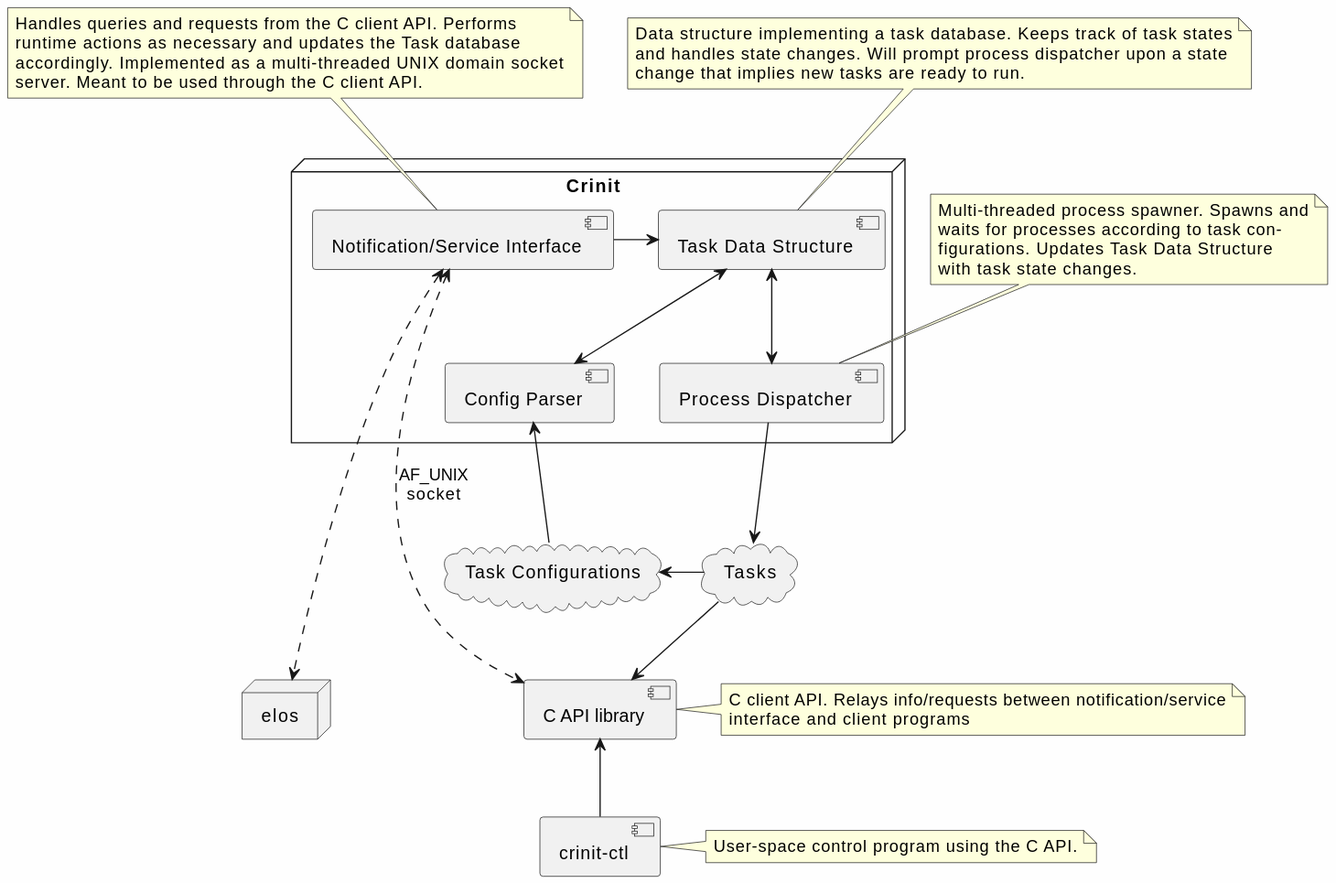
This is images/rootfs_init_comp.svg from Elektrobit/crinit, a PlantUML export, as it was before one commit.
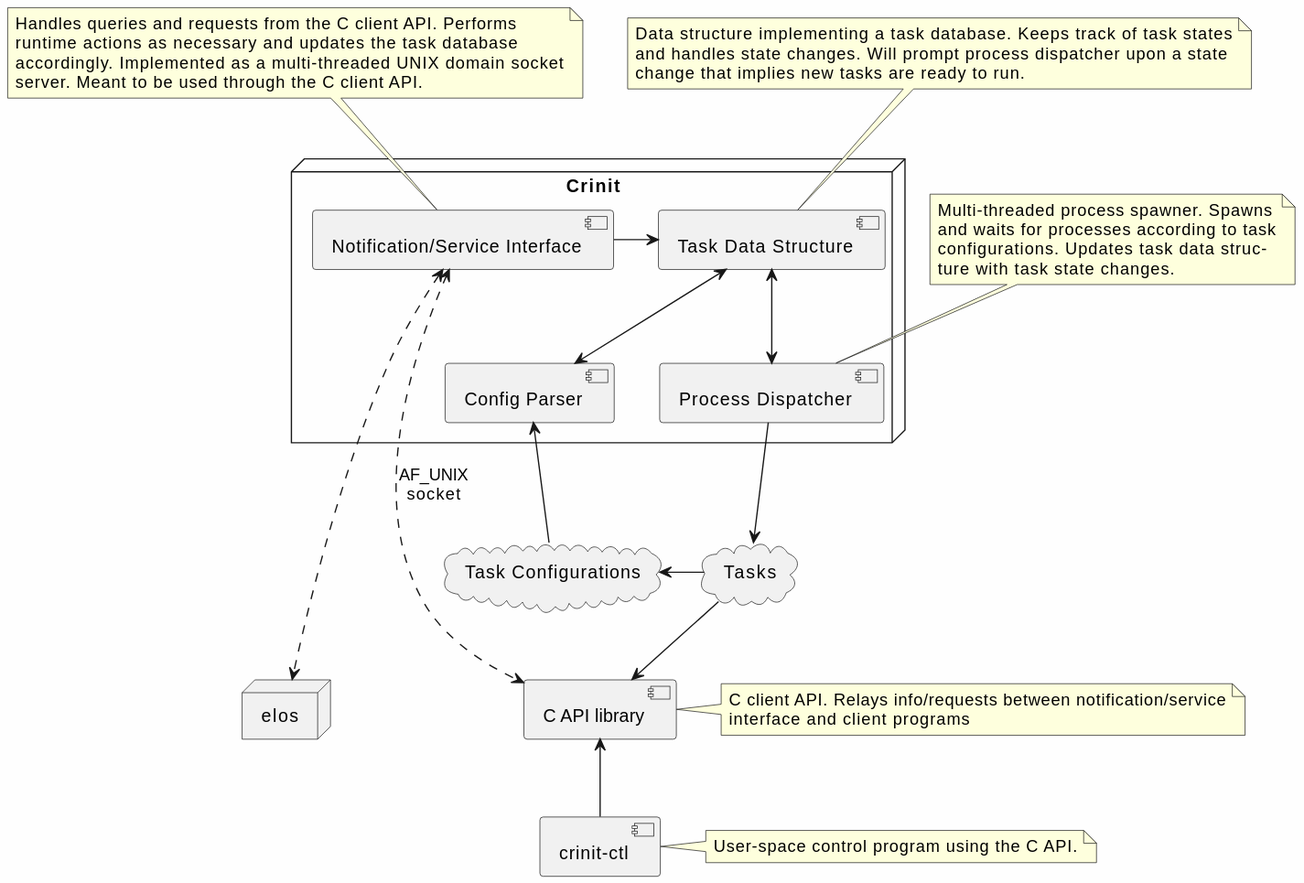
After the commit.

Commit message:
doc: fix typos in README diagram #19545

What changed in the source:
```diff
@@ -25,7 +25,7 @@
 
 note top of notify_if
     Handles queries and requests from the C client API. Performs
-    runtime actions as necessary and updates the Task database
+    runtime actions as necessary and updates the task database
     accordingly. Implemented as a multi-threaded UNIX domain socket
     server. Meant to be used through the C client API.
 end note
@@ -42,10 +42,10 @@
 end note
 
 note top of proc_dispatch
-    Multi-threaded process spawner. Spawns and
-    waits for processes according to task con-
-    figurations. Updates Task Data Structure
-    with task state changes.
+    Multi-threaded process spawner. Spawns
+    and waits for processes according to task
+    configurations. Updates task data struc-
+    ture with task state changes.
 end note
 
 note right of cctl
```
